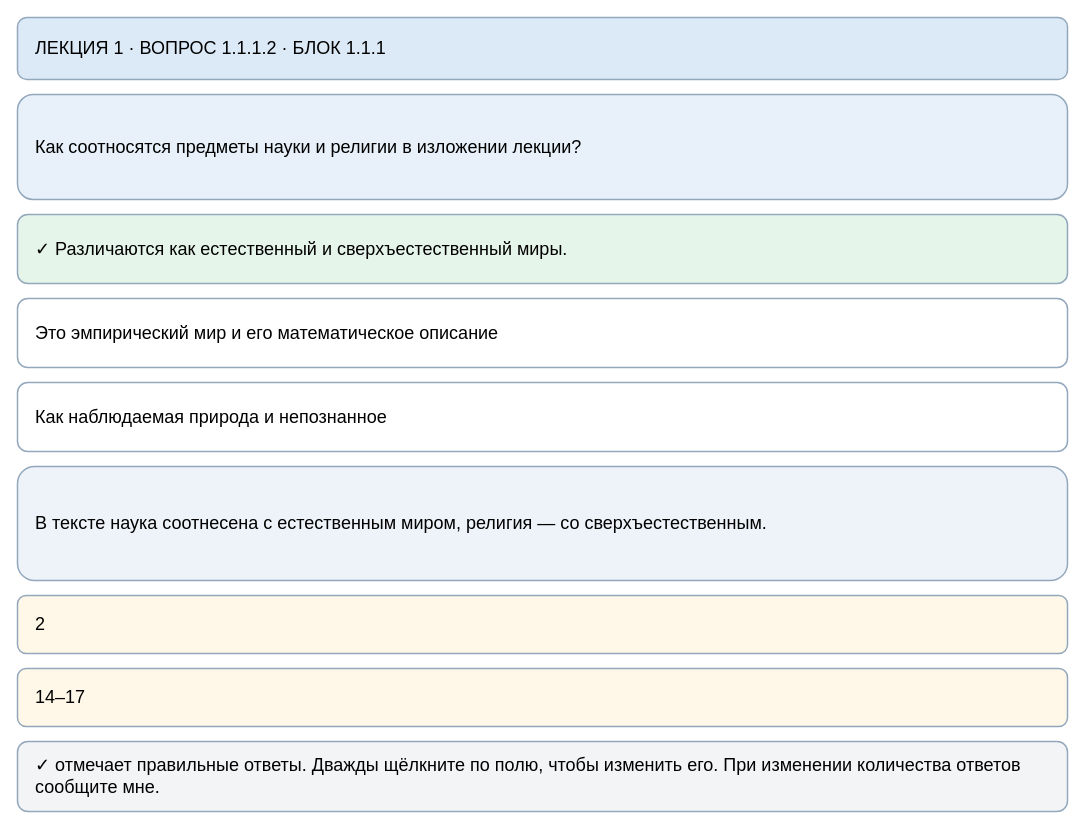
This is page "1.1.1.2" (2 of 36) of maps/lecture-01-test-editor.drawio from slobodatablichka/apologetika-test, a draw.io file, before an edit. Source tidied: cells renumbered, new cells numbered last; positions are measured from the earlier drawing's top-left corner, leaving out a move shared by most shapes. Both pictures are drawn from the tidied source at 100%, with x=0, y=0 at pixel (17, 17).
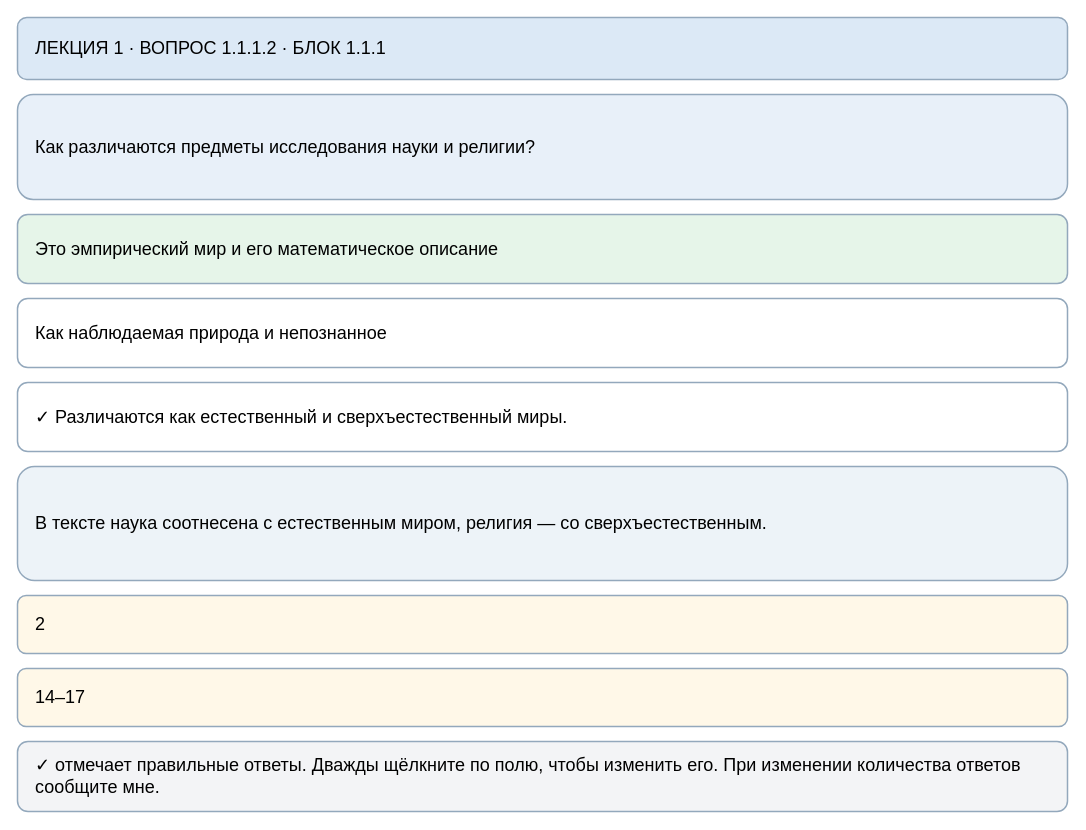
The same diagram, later.

What changed in the source:
```diff
@@
 <mxGraphModel>
   <root>
     <mxCell id="0" />
     <mxCell id="1" parent="0" />
     <mxCell id="2" value="ЛЕКЦИЯ 1 · ВОПРОС 1.1.1.2 · БЛОК 1.1.1" style="rounded=1;whiteSpace=wrap;html=1;align=left;verticalAlign=middle;spacingLeft=16;spacingRight=16;fontSize=18;fillColor=#dce9f6;strokeColor=#93a8bc;strokeWidth=1.5;" parent="1" vertex="1">
       <mxGeometry width="1050" height="62" as="geometry" />
     </mxCell>
-    <mxCell id="3" value="Как соотносятся предметы науки и религии в изложении лекции?" style="rounded=1;whiteSpace=wrap;html=1;align=left;verticalAlign=middle;spacingLeft=16;spacingRight=16;fontSize=18;fillColor=#e8f0f9;strokeColor=#93a8bc;strokeWidth=1.5;" parent="1" vertex="1">
+    <mxCell id="3" value="Как различаются предметы исследования науки и религии?" style="rounded=1;whiteSpace=wrap;html=1;align=left;verticalAlign=middle;spacingLeft=16;spacingRight=16;fontSize=18;fillColor=#e8f0f9;strokeColor=#93a8bc;strokeWidth=1.5;" parent="1" vertex="1">
       <mxGeometry y="77" width="1050" height="105" as="geometry" />
     </mxCell>
-    <mxCell id="4" value="✓ Различаются как естественный и сверхъестественный миры." style="rounded=1;whiteSpace=wrap;html=1;align=left;verticalAlign=middle;spacingLeft=16;spacingRight=16;fontSize=18;fillColor=#e6f5e9;strokeColor=#93a8bc;strokeWidth=1.5;" parent="1" vertex="1">
+    <mxCell id="4" value="Это эмпирический мир и его математическое описание" style="rounded=1;whiteSpace=wrap;html=1;align=left;verticalAlign=middle;spacingLeft=16;spacingRight=16;fontSize=18;fillColor=#e6f5e9;strokeColor=#93a8bc;strokeWidth=1.5;" parent="1" vertex="1">
       <mxGeometry y="197" width="1050" height="69" as="geometry" />
     </mxCell>
-    <mxCell id="5" value="Это эмпирический мир и его математическое описание" style="rounded=1;whiteSpace=wrap;html=1;align=left;verticalAlign=middle;spacingLeft=16;spacingRight=16;fontSize=18;fillColor=#ffffff;strokeColor=#93a8bc;strokeWidth=1.5;" parent="1" vertex="1">
+    <mxCell id="5" value="Как наблюдаемая природа и непознанное" style="rounded=1;whiteSpace=wrap;html=1;align=left;verticalAlign=middle;spacingLeft=16;spacingRight=16;fontSize=18;fillColor=#ffffff;strokeColor=#93a8bc;strokeWidth=1.5;" parent="1" vertex="1">
       <mxGeometry y="281" width="1050" height="69" as="geometry" />
     </mxCell>
-    <mxCell id="6" value="Как наблюдаемая природа и непознанное" style="rounded=1;whiteSpace=wrap;html=1;align=left;verticalAlign=middle;spacingLeft=16;spacingRight=16;fontSize=18;fillColor=#ffffff;strokeColor=#93a8bc;strokeWidth=1.5;" parent="1" vertex="1">
+    <mxCell id="6" value="✓ Различаются как естественный и сверхъестественный миры." style="rounded=1;whiteSpace=wrap;html=1;align=left;verticalAlign=middle;spacingLeft=16;spacingRight=16;fontSize=18;fillColor=#ffffff;strokeColor=#93a8bc;strokeWidth=1.5;" parent="1" vertex="1">
       <mxGeometry y="365" width="1050" height="69" as="geometry" />
     </mxCell>
     <mxCell id="7" value="В тексте наука соотнесена с естественным миром, религия — со сверхъестественным." style="rounded=1;whiteSpace=wrap;html=1;align=left;verticalAlign=middle;spacingLeft=16;spacingRight=16;fontSize=18;fillColor=#edf3f8;strokeColor=#93a8bc;strokeWidth=1.5;" parent="1" vertex="1">
       <mxGeometry y="449" width="1050" height="114" as="geometry" />
     </mxCell>
     <mxCell id="8" value="2" style="rounded=1;whiteSpace=wrap;html=1;align=left;verticalAlign=middle;spacingLeft=16;spacingRight=16;fontSize=18;fillColor=#fff8e8;strokeColor=#93a8bc;strokeWidth=1.5;" parent="1" vertex="1">
       <mxGeometry y="578" width="1050" height="58" as="geometry" />
     </mxCell>
     <mxCell id="9" value="14–17" style="rounded=1;whiteSpace=wrap;html=1;align=left;verticalAlign=middle;spacingLeft=16;spacingRight=16;fontSize=18;fillColor=#fff8e8;strokeColor=#93a8bc;strokeWidth=1.5;" parent="1" vertex="1">
       <mxGeometry y="651" width="1050" height="58" as="geometry" />
     </mxCell>
     <mxCell id="10" value="✓ отмечает правильные ответы. Дважды щёлкните по полю, чтобы изменить его. При изменении количества ответов сообщите мне." style="rounded=1;whiteSpace=wrap;html=1;align=left;verticalAlign=middle;spacingLeft=16;spacingRight=16;fontSize=18;fillColor=#f3f4f6;strokeColor=#93a8bc;strokeWidth=1.5;" parent="1" vertex="1">
       <mxGeometry y="724" width="1050" height="70" as="geometry" />
     </mxCell>
   </root>
 </mxGraphModel>
```
